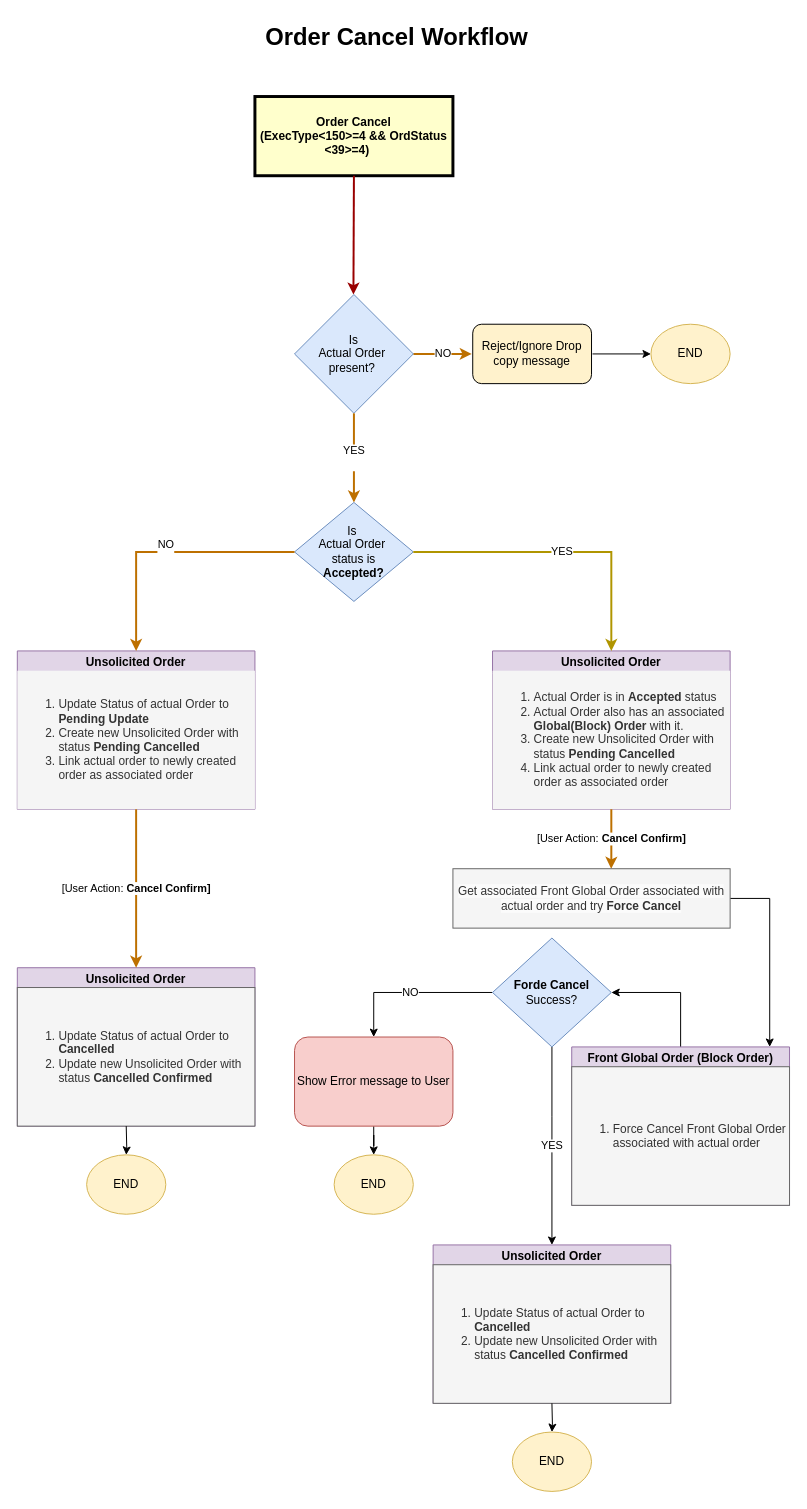
The draw.io diagram FIX_drop_copy_modify_accepted_orders.drawio in Avanishkumar28/designs, before the edit. Source tidied: cells renumbered, new cells numbered last; positions are measured from the earlier drawing's top-left corner, leaving out a move shared by most shapes. Both pictures are drawn from the tidied source at 99%, with x=0, y=0 at pixel (17, 17).
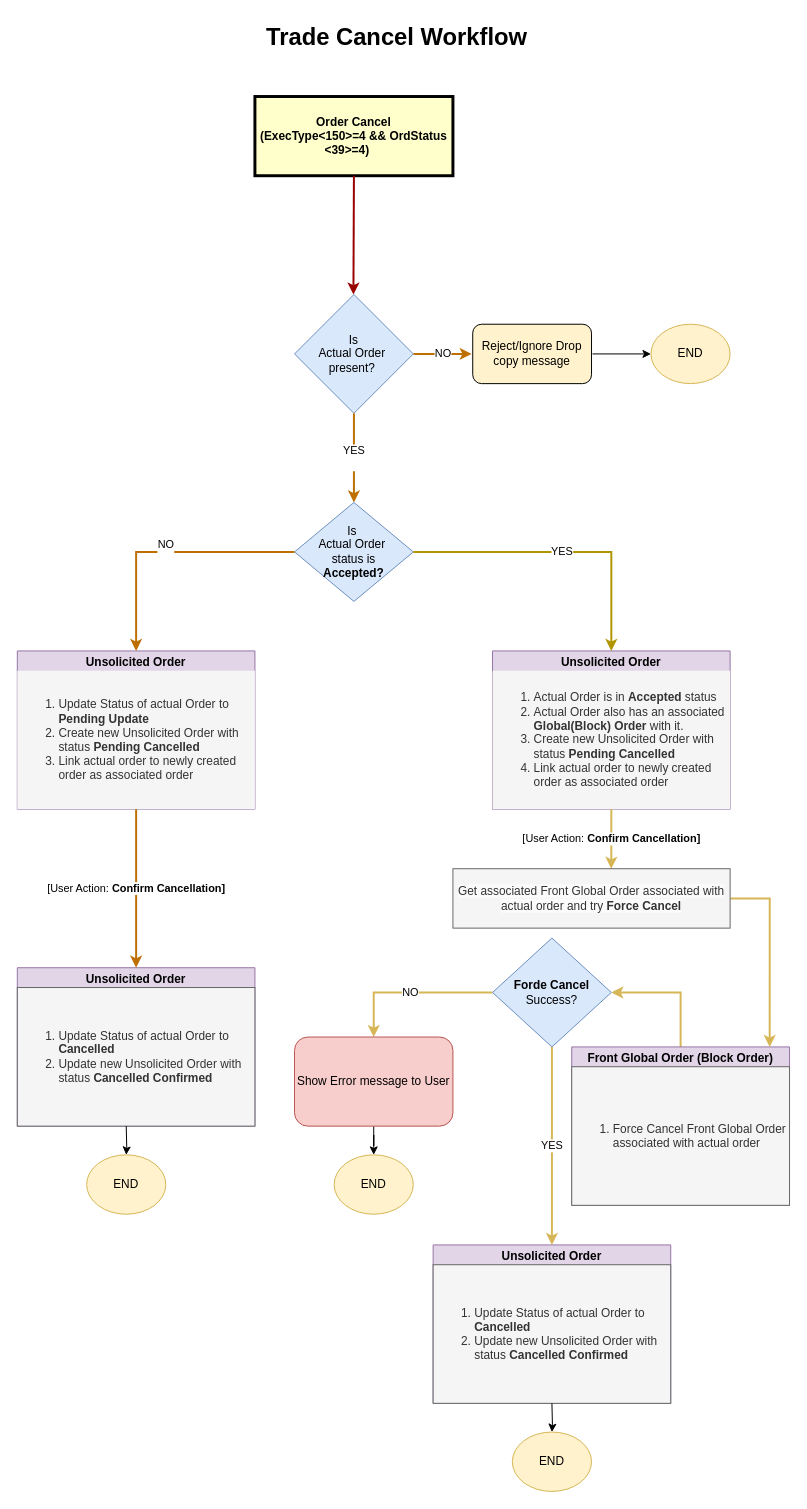
The same page after the edit.

Unchanged cells that the change refers to:
```xml
<mxCell id="4" value="Unsolicited Order" style="swimlane;whiteSpace=wrap;html=1;fillColor=#e1d5e7;strokeColor=#9673a6;" parent="1" vertex="1">
  <mxGeometry y="640" width="240" height="160" as="geometry" />
</mxCell>
<mxCell id="12" value="Unsolicited Order" style="swimlane;whiteSpace=wrap;html=1;fillColor=#e1d5e7;strokeColor=#9673a6;" parent="1" vertex="1">
  <mxGeometry y="960" width="240" height="160" as="geometry" />
</mxCell>
<mxCell id="18" value="Unsolicited Order" style="swimlane;whiteSpace=wrap;html=1;fillColor=#e1d5e7;strokeColor=#9673a6;" parent="1" vertex="1">
  <mxGeometry x="420" y="1240" width="240" height="160" as="geometry" />
</mxCell>
<mxCell id="22" value="Front Global Order (Block Order)" style="swimlane;whiteSpace=wrap;html=1;fillColor=#e1d5e7;strokeColor=#9673a6;" parent="1" vertex="1">
  <mxGeometry x="560" y="1040" width="220" height="160" as="geometry" />
</mxCell>
<mxCell id="25" value="&lt;br&gt;&lt;span style=&quot;color: rgb(51, 51, 51); font-family: Helvetica; font-size: 12px; font-style: normal; font-variant-ligatures: normal; font-variant-caps: normal; font-weight: 400; letter-spacing: normal; orphans: 2; text-align: left; text-indent: 0px; text-transform: none; widows: 2; word-spacing: 0px; -webkit-text-stroke-width: 0px; white-space: normal; background-color: rgb(251, 251, 251); text-decoration-thickness: initial; text-decoration-style: initial; text-decoration-color: initial; float: none; display: inline !important;&quot;&gt;Get associated Front Global Order associated with actual order and try &lt;/span&gt;&lt;span style=&quot;color: rgb(51, 51, 51); font-family: Helvetica; font-size: 12px; font-style: normal; font-variant-ligatures: normal; font-variant-caps: normal; letter-spacing: normal; orphans: 2; text-align: left; text-indent: 0px; text-transform: none; widows: 2; word-spacing: 0px; -webkit-text-stroke-width: 0px; white-space: normal; background-color: rgb(251, 251, 251); text-decoration-thickness: initial; text-decoration-style: initial; text-decoration-color: initial; float: none; display: inline !important;&quot;&gt;&lt;b&gt;Force Cancel&lt;/b&gt;&lt;/span&gt;&lt;div&gt;&lt;br/&gt;&lt;/div&gt;" style="rounded=0;whiteSpace=wrap;html=1;fillColor=#f5f5f5;fontColor=#333333;strokeColor=#666666;" parent="1" vertex="1">
  <mxGeometry x="440" y="860" width="280" height="60" as="geometry" />
</mxCell>
<mxCell id="28" value="&lt;b&gt;Forde Cancel&lt;/b&gt;&lt;div&gt;Success?&lt;/div&gt;" style="rhombus;whiteSpace=wrap;html=1;fillColor=#dae8fc;strokeColor=#6c8ebf;" parent="1" vertex="1">
  <mxGeometry x="480" y="930" width="120" height="110" as="geometry" />
</mxCell>
<mxCell id="30" value="Show Error message to User" style="rounded=1;whiteSpace=wrap;html=1;fillColor=#f8cecc;strokeColor=#b85450;" parent="1" vertex="1">
  <mxGeometry x="280" y="1030" width="160" height="90" as="geometry" />
</mxCell>
```

Change to the diagram source:
```diff
@@
-    <mxCell id="14" value="[User Action: &lt;b&gt;Cancel Confirm]&lt;/b&gt;" style="endArrow=classic;html=1;rounded=0;exitX=0.5;exitY=1;exitDx=0;exitDy=0;entryX=0.5;entryY=0;entryDx=0;entryDy=0;fillColor=#f0a30a;strokeColor=#BD7000;strokeWidth=2;" parent="1" edge="1" source="4" target="12">
+    <mxCell id="14" value="[User Action:&amp;nbsp;&lt;b&gt;Confirm Cancellation]&lt;/b&gt;" style="endArrow=classic;html=1;rounded=0;exitX=0.5;exitY=1;exitDx=0;exitDy=0;entryX=0.5;entryY=0;entryDx=0;entryDy=0;fillColor=#f0a30a;strokeColor=#BD7000;strokeWidth=2;" parent="1" edge="1" source="4" target="12">
       <mxGeometry relative="1" as="geometry" />
     </mxCell>
@@
-    <mxCell id="20" value="[User Action: &lt;b&gt;Cancel Confirm]&lt;/b&gt;" style="endArrow=classic;html=1;rounded=0;exitX=0.5;exitY=1;exitDx=0;exitDy=0;entryX=0.571;entryY=0;entryDx=0;entryDy=0;fillColor=#f0a30a;strokeColor=#BD7000;strokeWidth=2;edgeStyle=orthogonalEdgeStyle;entryPerimeter=0;" parent="1" edge="1" target="25">
+    <mxCell id="20" value="[User Action:&amp;nbsp;&lt;b&gt;Confirm Cancellation]&lt;/b&gt;" style="endArrow=classic;html=1;rounded=0;exitX=0.5;exitY=1;exitDx=0;exitDy=0;entryX=0.571;entryY=0;entryDx=0;entryDy=0;fillColor=#fff2cc;strokeColor=#d6b656;strokeWidth=2;edgeStyle=orthogonalEdgeStyle;entryPerimeter=0;gradientColor=#ffd966;" parent="1" edge="1" target="25">
       <mxGeometry relative="1" as="geometry">
         <mxPoint x="600" y="800" as="sourcePoint" />
         <Array as="points">
           <mxPoint x="600" y="850" />
           <mxPoint x="600" y="850" />
         </Array>
       </mxGeometry>
     </mxCell>
-    <mxCell id="21" style="edgeStyle=orthogonalEdgeStyle;rounded=0;jettySize=auto;html=1;entryX=1;entryY=0.5;entryDx=0;entryDy=0;" parent="1" edge="1" source="22" target="28">
+    <mxCell id="21" style="edgeStyle=orthogonalEdgeStyle;rounded=0;jettySize=auto;html=1;entryX=1;entryY=0.5;entryDx=0;entryDy=0;fillColor=#fff2cc;gradientColor=#ffd966;strokeColor=#d6b656;strokeWidth=2;" parent="1" edge="1" source="22" target="28">
       <mxGeometry relative="1" as="geometry" />
     </mxCell>
@@
-    <mxCell id="24" style="edgeStyle=orthogonalEdgeStyle;rounded=0;jettySize=auto;html=1;entryX=0.909;entryY=0;entryDx=0;entryDy=0;exitX=1;exitY=0.5;exitDx=0;exitDy=0;entryPerimeter=0;" parent="1" edge="1" source="25" target="22">
+    <mxCell id="24" style="edgeStyle=orthogonalEdgeStyle;rounded=0;jettySize=auto;html=1;entryX=0.909;entryY=0;entryDx=0;entryDy=0;exitX=1;exitY=0.5;exitDx=0;exitDy=0;entryPerimeter=0;fillColor=#fff2cc;gradientColor=#ffd966;strokeColor=#d6b656;strokeWidth=2;" parent="1" edge="1" source="25" target="22">
       <mxGeometry relative="1" as="geometry">
         <Array as="points">
           <mxPoint x="760" y="890" />
         </Array>
       </mxGeometry>
     </mxCell>
@@
-    <mxCell id="26" value="YES" style="edgeStyle=orthogonalEdgeStyle;rounded=0;jettySize=auto;html=1;entryX=0.5;entryY=0;entryDx=0;entryDy=0;" parent="1" edge="1" source="28" target="18">
+    <mxCell id="26" value="YES" style="edgeStyle=orthogonalEdgeStyle;rounded=0;jettySize=auto;html=1;entryX=0.5;entryY=0;entryDx=0;entryDy=0;fillColor=#fff2cc;gradientColor=#ffd966;strokeColor=#d6b656;strokeWidth=2;" parent="1" edge="1" source="28" target="18">
       <mxGeometry relative="1" as="geometry">
         <Array as="points">
           <mxPoint x="540" y="1110" />
           <mxPoint x="540" y="1110" />
         </Array>
       </mxGeometry>
     </mxCell>
-    <mxCell id="27" value="NO" style="edgeStyle=orthogonalEdgeStyle;rounded=0;jettySize=auto;html=1;entryX=0.5;entryY=0;entryDx=0;entryDy=0;" parent="1" edge="1" source="28" target="30">
+    <mxCell id="27" value="NO" style="edgeStyle=orthogonalEdgeStyle;rounded=0;jettySize=auto;html=1;entryX=0.5;entryY=0;entryDx=0;entryDy=0;fillColor=#fff2cc;gradientColor=#ffd966;strokeColor=#d6b656;strokeWidth=2;" parent="1" edge="1" source="28" target="30">
       <mxGeometry relative="1" as="geometry">
         <Array as="points">
           <mxPoint x="360" y="985" />
         </Array>
       </mxGeometry>
     </mxCell>
@@
-    <mxCell id="38" value="Order Cancel Workflow" style="text;strokeColor=none;fillColor=none;html=1;fontSize=24;fontStyle=1;verticalAlign=middle;align=center;" parent="1" vertex="1">
+    <mxCell id="38" value="Trade Cancel Workflow" style="text;strokeColor=none;fillColor=none;html=1;fontSize=24;fontStyle=1;verticalAlign=middle;align=center;" parent="1" vertex="1">
       <mxGeometry x="3" width="760" height="40" as="geometry" />
     </mxCell>
```
